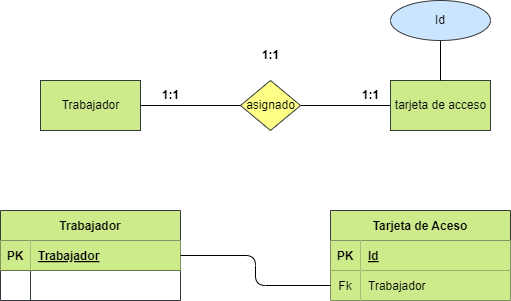
Earlier version of the draw.io export Ejercicio2/ejercicio3.drawio.png (SaulHdez93/BAE). Source tidied: cells renumbered, new cells last; positions are measured from the earlier drawing's top-left corner, leaving out a move shared by most shapes.
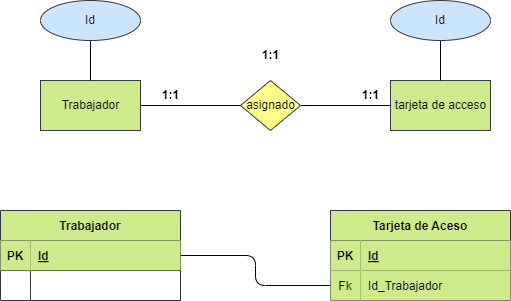
After the change.

Commit message:
Revisando el ejercicio

What changed in the source:
```diff
@@ -29,7 +29,7 @@
     <mxCell id="10" value="PK" style="shape=partialRectangle;fillColor=#cdeb8b;top=0;left=0;bottom=0;right=0;fontStyle=1;overflow=hidden;strokeColor=#36393d;fontColor=#000000;" parent="9" vertex="1">
       <mxGeometry width="30" height="30" as="geometry" />
     </mxCell>
-    <mxCell id="11" value="Trabajador" style="shape=partialRectangle;fillColor=#cdeb8b;top=0;left=0;bottom=0;right=0;align=left;spacingLeft=6;fontStyle=5;overflow=hidden;strokeColor=#36393d;fontColor=#000000;" parent="9" vertex="1">
+    <mxCell id="11" value="Id" style="shape=partialRectangle;fillColor=#cdeb8b;top=0;left=0;bottom=0;right=0;align=left;spacingLeft=6;fontStyle=5;overflow=hidden;strokeColor=#36393d;fontColor=#000000;" parent="9" vertex="1">
       <mxGeometry x="30" width="150" height="30" as="geometry" />
     </mxCell>
     <mxCell id="12" style="shape=tableRow;horizontal=0;startSize=0;swimlaneHead=0;swimlaneBody=0;fillColor=none;top=0;left=0;right=0;bottom=0;fontColor=#000000;" parent="8" vertex="1">
@@ -59,7 +59,7 @@
     <mxCell id="20" value="Fk" style="shape=partialRectangle;fillColor=#cdeb8b;top=0;left=0;bottom=0;right=0;overflow=hidden;strokeColor=#36393d;fontColor=#000000;" parent="19" vertex="1">
       <mxGeometry width="30" height="30" as="geometry" />
     </mxCell>
-    <mxCell id="21" value="Trabajador" style="shape=partialRectangle;fillColor=#cdeb8b;top=0;left=0;bottom=0;right=0;align=left;spacingLeft=6;overflow=hidden;strokeColor=#36393d;fontColor=#000000;" parent="19" vertex="1">
+    <mxCell id="21" value="Id_Trabajador" style="shape=partialRectangle;fillColor=#cdeb8b;top=0;left=0;bottom=0;right=0;align=left;spacingLeft=6;overflow=hidden;strokeColor=#36393d;fontColor=#000000;" parent="19" vertex="1">
       <mxGeometry x="30" width="150" height="30" as="geometry" />
     </mxCell>
     <mxCell id="22" style="edgeStyle=orthogonalEdgeStyle;html=1;exitX=1;exitY=0.5;exitDx=0;exitDy=0;entryX=0;entryY=0.5;entryDx=0;entryDy=0;fontColor=#000000;endArrow=none;endFill=0;" parent="1" edge="1" source="9" target="19">
@@ -80,5 +80,11 @@
     <mxCell id="27" value="Id" style="ellipse;whiteSpace=wrap;html=1;align=center;fillColor=#cce5ff;strokeColor=#36393d;fontColor=#000000;" parent="1" vertex="1">
       <mxGeometry x="390" width="100" height="40" as="geometry" />
     </mxCell>
+    <mxCell id="28" style="edgeStyle=none;html=1;endArrow=none;endFill=0;" parent="1" edge="1" source="29" target="6">
+      <mxGeometry relative="1" as="geometry" />
+    </mxCell>
+    <mxCell id="29" value="Id" style="ellipse;whiteSpace=wrap;html=1;align=center;fillColor=#cce5ff;strokeColor=#36393d;fontColor=#000000;" parent="1" vertex="1">
+      <mxGeometry x="40" width="100" height="40" as="geometry" />
+    </mxCell>
   </root>
 </mxGraphModel>
```
